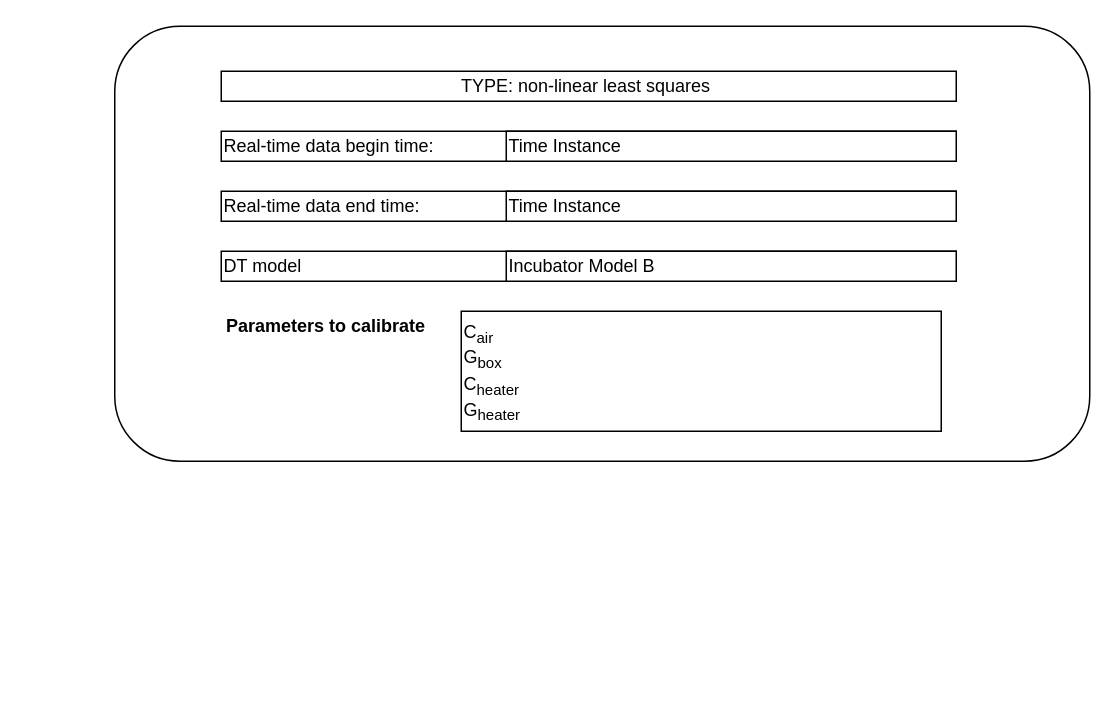
Above: page "Calibration" (6 of 11) of notes/casper/wireframe.drawio in INTO-CPS-Association/example_digital-twin_incubator (draw.io), before the change. Source tidied: cells renumbered, new cells numbered last; positions are measured from the earlier drawing's top-left corner, leaving out a move shared by most shapes. Both pictures are drawn from the tidied source at 150%, with x=0, y=0 at pixel (114, 26).
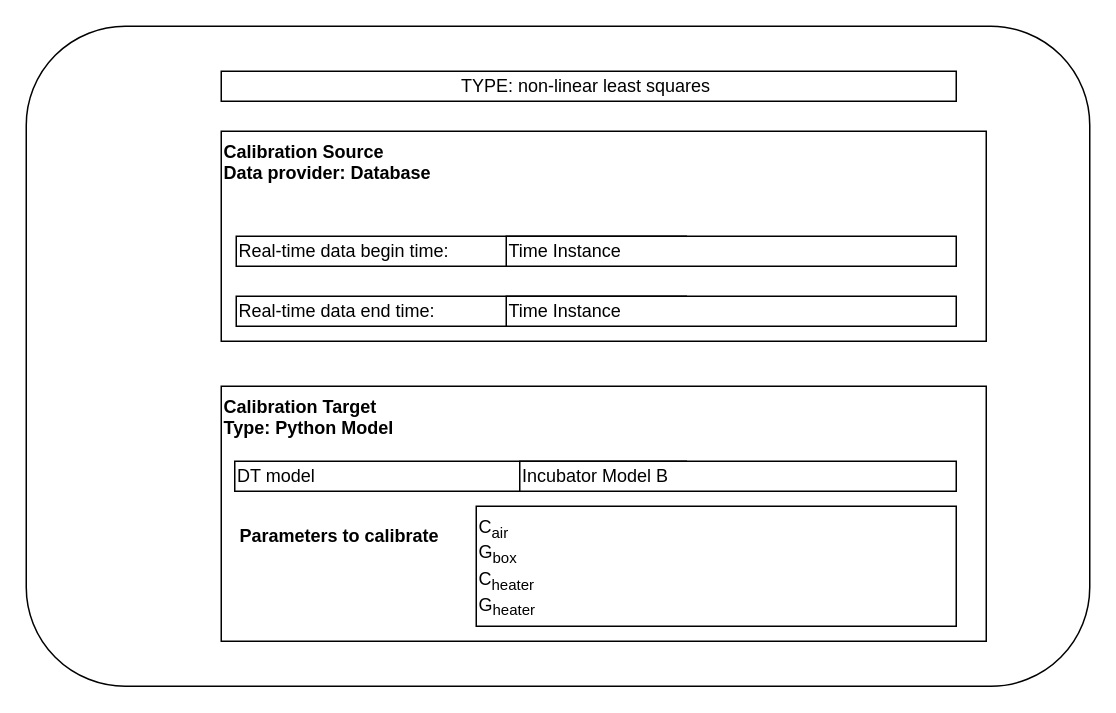
The same page after the edit.

What changed in the source:
```diff
@@
 <mxGraphModel>
   <root>
     <mxCell id="0" />
     <mxCell id="1" parent="0" />
     <mxCell id="2" style="rounded=1;whiteSpace=wrap;html=1;" parent="1" vertex="1">
-      <mxGeometry width="650" height="290" as="geometry" />
+      <mxGeometry x="-59" width="709" height="440" as="geometry" />
     </mxCell>
+    <mxCell id="12" value="&lt;b&gt;Calibration Target&lt;br&gt;Type: Python Model&lt;br&gt;&lt;/b&gt;" style="rounded=0;whiteSpace=wrap;html=1;shadow=0;comic=0;align=left;verticalAlign=top;" parent="1" vertex="1">
+      <mxGeometry x="71" y="240" width="510" height="170" as="geometry" />
+    </mxCell>
     <mxCell id="3" value="TYPE:&amp;nbsp;&lt;font style=&quot;font-size: 12px&quot;&gt;n&lt;font style=&quot;font-size: 12px&quot;&gt;on-linear least squares&amp;nbsp;&lt;/font&gt;&lt;/font&gt;" style="rounded=0;whiteSpace=wrap;html=1;" parent="1" vertex="1">
       <mxGeometry x="71" y="30" width="490" height="20" as="geometry" />
     </mxCell>
-    <mxCell id="4" value="Real-time data end time:" style="rounded=0;whiteSpace=wrap;html=1;align=left;" parent="1" vertex="1">
-      <mxGeometry x="71" y="110" width="490" height="20" as="geometry" />
-    </mxCell>
-    <mxCell id="5" value="Time Instance" style="rounded=0;whiteSpace=wrap;html=1;align=left;" parent="1" vertex="1">
-      <mxGeometry x="261" y="110" width="300" height="20" as="geometry" />
-    </mxCell>
-    <mxCell id="6" value="Real-time data begin time:" style="rounded=0;whiteSpace=wrap;html=1;align=left;" parent="1" vertex="1">
-      <mxGeometry x="71" y="70" width="490" height="20" as="geometry" />
-    </mxCell>
-    <mxCell id="7" value="Time Instance" style="rounded=0;whiteSpace=wrap;html=1;align=left;" parent="1" vertex="1">
-      <mxGeometry x="261" y="70" width="300" height="20" as="geometry" />
-    </mxCell>
     <mxCell id="8" value="C&lt;sub&gt;air&lt;/sub&gt;&lt;br&gt;G&lt;sub&gt;box&lt;br&gt;&lt;/sub&gt;C&lt;sub&gt;heater&lt;br&gt;&lt;div&gt;&lt;span style=&quot;font-size: 12px&quot;&gt;G&lt;/span&gt;&lt;sub&gt;&lt;font style=&quot;font-size: 10px&quot;&gt;heater&lt;/font&gt;&lt;/sub&gt;&lt;/div&gt;&lt;/sub&gt;" style="rounded=0;whiteSpace=wrap;html=1;align=left;verticalAlign=top;" parent="1" vertex="1">
-      <mxGeometry x="231" y="190" width="320" height="80" as="geometry" />
+      <mxGeometry x="241" y="320" width="320" height="80" as="geometry" />
     </mxCell>
     <mxCell id="9" value="Parameters to calibrate" style="text;html=1;strokeColor=none;fillColor=none;align=center;verticalAlign=middle;whiteSpace=wrap;rounded=0;fontStyle=1;" parent="1" vertex="1">
-      <mxGeometry x="71" y="190" width="140" height="20" as="geometry" />
+      <mxGeometry x="80" y="330" width="140" height="20" as="geometry" />
     </mxCell>
     <mxCell id="10" value="DT model" style="rounded=0;whiteSpace=wrap;html=1;align=left;" parent="1" vertex="1">
-      <mxGeometry x="71" y="150" width="490" height="20" as="geometry" />
+      <mxGeometry x="80" y="290" width="301" height="20" as="geometry" />
     </mxCell>
     <mxCell id="11" value="Incubator Model B" style="rounded=0;whiteSpace=wrap;html=1;align=left;" parent="1" vertex="1">
-      <mxGeometry x="261" y="150" width="300" height="20" as="geometry" />
+      <mxGeometry x="270" y="290" width="291" height="20" as="geometry" />
     </mxCell>
+    <mxCell id="13" value="&lt;b&gt;Calibration Source&lt;br&gt;Data provider: Database&lt;br&gt;&lt;/b&gt;" style="rounded=0;whiteSpace=wrap;html=1;shadow=0;comic=0;align=left;verticalAlign=top;" parent="1" vertex="1">
+      <mxGeometry x="71" y="70" width="510" height="140" as="geometry" />
+    </mxCell>
+    <mxCell id="4" value="Real-time data end time:" style="rounded=0;whiteSpace=wrap;html=1;align=left;" parent="1" vertex="1">
+      <mxGeometry x="81" y="180" width="300" height="20" as="geometry" />
+    </mxCell>
+    <mxCell id="14" value="Time Instance" style="rounded=0;whiteSpace=wrap;html=1;align=left;" parent="1" vertex="1">
+      <mxGeometry x="261" y="180" width="300" height="20" as="geometry" />
+    </mxCell>
+    <mxCell id="6" value="Real-time data begin time:" style="rounded=0;whiteSpace=wrap;html=1;align=left;" parent="1" vertex="1">
+      <mxGeometry x="81" y="140" width="300" height="20" as="geometry" />
+    </mxCell>
+    <mxCell id="15" value="Time Instance" style="rounded=0;whiteSpace=wrap;html=1;align=left;" parent="1" vertex="1">
+      <mxGeometry x="261" y="140" width="300" height="20" as="geometry" />
+    </mxCell>
   </root>
 </mxGraphModel>
```
